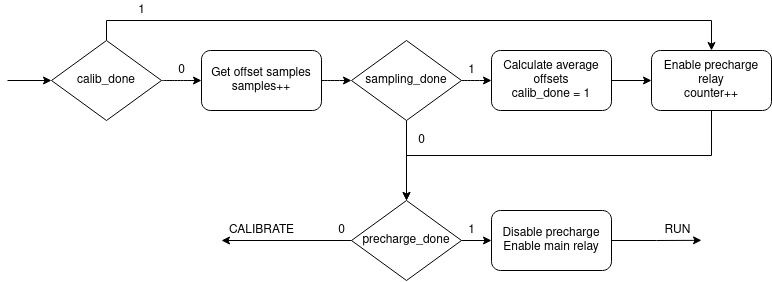
This is Overview/CalibrateFlow.png from SR-Madsen/ElectricGoKart, a draw.io export, as it was before one commit. Source tidied: cells renumbered, new cells last; positions are measured from the earlier drawing's top-left corner, leaving out a move shared by most shapes. Source of this version:
```xml
<mxGraphModel>
  <root>
    <mxCell id="0" />
    <mxCell id="1" parent="0" />
    <mxCell id="2" style="edgeStyle=orthogonalEdgeStyle;curved=1;jettySize=auto;html=1;startArrow=none;startFill=0;" parent="1" edge="1" source="4" target="6">
      <mxGeometry relative="1" as="geometry" />
    </mxCell>
    <mxCell id="3" style="edgeStyle=orthogonalEdgeStyle;rounded=0;jettySize=auto;html=1;exitX=0.5;exitY=0;exitDx=0;exitDy=0;entryX=0.5;entryY=0;entryDx=0;entryDy=0;startArrow=none;startFill=0;" parent="1" edge="1" source="4" target="18">
      <mxGeometry relative="1" as="geometry" />
    </mxCell>
    <mxCell id="4" value="calib_done" style="rhombus;whiteSpace=wrap;html=1;" parent="1" vertex="1">
      <mxGeometry x="44" y="40" width="110" height="80" as="geometry" />
    </mxCell>
    <mxCell id="5" style="edgeStyle=orthogonalEdgeStyle;curved=1;jettySize=auto;html=1;exitX=1;exitY=0.5;exitDx=0;exitDy=0;entryX=0;entryY=0.5;entryDx=0;entryDy=0;startArrow=none;startFill=0;" parent="1" edge="1" source="6" target="10">
      <mxGeometry relative="1" as="geometry" />
    </mxCell>
    <mxCell id="6" value="&lt;div&gt;Get offset samples&lt;/div&gt;&lt;div&gt;samples++&lt;br&gt;&lt;/div&gt;" style="rounded=1;whiteSpace=wrap;html=1;" parent="1" vertex="1">
      <mxGeometry x="194" y="50" width="120" height="60" as="geometry" />
    </mxCell>
    <mxCell id="7" value="0" style="text;html=1;align=center;verticalAlign=middle;strokeColor=none;" parent="1" vertex="1">
      <mxGeometry x="164" y="60" width="20" height="20" as="geometry" />
    </mxCell>
    <mxCell id="8" style="edgeStyle=orthogonalEdgeStyle;curved=1;jettySize=auto;html=1;exitX=1;exitY=0.5;exitDx=0;exitDy=0;entryX=0;entryY=0.5;entryDx=0;entryDy=0;startArrow=none;startFill=0;" parent="1" edge="1" source="10" target="12">
      <mxGeometry relative="1" as="geometry" />
    </mxCell>
    <mxCell id="9" style="edgeStyle=orthogonalEdgeStyle;rounded=0;jettySize=auto;html=1;exitX=0.5;exitY=1;exitDx=0;exitDy=0;entryX=0.5;entryY=0;entryDx=0;entryDy=0;startArrow=none;startFill=0;" parent="1" edge="1" source="10" target="16">
      <mxGeometry relative="1" as="geometry" />
    </mxCell>
    <mxCell id="10" value="sampling_done" style="rhombus;whiteSpace=wrap;html=1;" parent="1" vertex="1">
      <mxGeometry x="344" y="40" width="110" height="80" as="geometry" />
    </mxCell>
    <mxCell id="11" style="edgeStyle=orthogonalEdgeStyle;rounded=0;jettySize=auto;html=1;exitX=1;exitY=0.5;exitDx=0;exitDy=0;entryX=0;entryY=0.5;entryDx=0;entryDy=0;startArrow=none;startFill=0;" parent="1" edge="1" source="12" target="18">
      <mxGeometry relative="1" as="geometry" />
    </mxCell>
    <mxCell id="12" value="&lt;div&gt;Calculate average offsets&lt;/div&gt;&lt;div&gt;calib_done = 1&lt;br&gt;&lt;/div&gt;" style="rounded=1;whiteSpace=wrap;html=1;" parent="1" vertex="1">
      <mxGeometry x="484" y="50" width="120" height="60" as="geometry" />
    </mxCell>
    <mxCell id="13" value="1" style="text;html=1;align=center;verticalAlign=middle;strokeColor=none;" parent="1" vertex="1">
      <mxGeometry x="454" y="60" width="20" height="20" as="geometry" />
    </mxCell>
    <mxCell id="14" style="edgeStyle=orthogonalEdgeStyle;rounded=0;jettySize=auto;html=1;exitX=0;exitY=0.5;exitDx=0;exitDy=0;startArrow=none;startFill=0;" parent="1" edge="1" source="16">
      <mxGeometry relative="1" as="geometry">
        <mxPoint x="214" y="240" as="targetPoint" />
      </mxGeometry>
    </mxCell>
    <mxCell id="15" style="edgeStyle=orthogonalEdgeStyle;rounded=0;jettySize=auto;html=1;startArrow=none;startFill=0;" parent="1" edge="1" source="16" target="25">
      <mxGeometry relative="1" as="geometry" />
    </mxCell>
    <mxCell id="16" value="precharge_done" style="rhombus;whiteSpace=wrap;html=1;" parent="1" vertex="1">
      <mxGeometry x="344" y="200" width="110" height="80" as="geometry" />
    </mxCell>
    <mxCell id="17" style="edgeStyle=orthogonalEdgeStyle;rounded=0;jettySize=auto;html=1;exitX=0.5;exitY=1;exitDx=0;exitDy=0;entryX=0.5;entryY=0;entryDx=0;entryDy=0;startArrow=none;startFill=0;" parent="1" edge="1" source="18" target="16">
      <mxGeometry relative="1" as="geometry" />
    </mxCell>
    <mxCell id="18" value="&lt;div&gt;Enable precharge relay&lt;/div&gt;counter++" style="rounded=1;whiteSpace=wrap;html=1;" parent="1" vertex="1">
      <mxGeometry x="644" y="50" width="120" height="60" as="geometry" />
    </mxCell>
    <mxCell id="19" value="1" style="text;html=1;align=center;verticalAlign=middle;strokeColor=none;" parent="1" vertex="1">
      <mxGeometry x="124" width="20" height="20" as="geometry" />
    </mxCell>
    <mxCell id="20" value="0" style="text;html=1;align=center;verticalAlign=middle;strokeColor=none;" parent="1" vertex="1">
      <mxGeometry x="404" y="130" width="20" height="20" as="geometry" />
    </mxCell>
    <mxCell id="21" value="CALIBRATE" style="text;html=1;align=center;verticalAlign=middle;strokeColor=none;" parent="1" vertex="1">
      <mxGeometry x="214" y="220" width="80" height="20" as="geometry" />
    </mxCell>
    <mxCell id="22" value="0" style="text;html=1;align=center;verticalAlign=middle;strokeColor=none;" parent="1" vertex="1">
      <mxGeometry x="324" y="220" width="20" height="20" as="geometry" />
    </mxCell>
    <mxCell id="23" value="1" style="text;html=1;align=center;verticalAlign=middle;strokeColor=none;" parent="1" vertex="1">
      <mxGeometry x="454" y="220" width="20" height="20" as="geometry" />
    </mxCell>
    <mxCell id="24" style="edgeStyle=orthogonalEdgeStyle;rounded=0;jettySize=auto;html=1;exitX=1;exitY=0.5;exitDx=0;exitDy=0;startArrow=none;startFill=0;" parent="1" edge="1" source="25">
      <mxGeometry relative="1" as="geometry">
        <mxPoint x="694" y="239.8" as="targetPoint" />
      </mxGeometry>
    </mxCell>
    <mxCell id="25" value="&lt;div&gt;Disable precharge&lt;br&gt;&lt;/div&gt;&lt;div&gt;Enable main relay&lt;/div&gt;" style="rounded=1;whiteSpace=wrap;html=1;" parent="1" vertex="1">
      <mxGeometry x="484" y="210" width="120" height="60" as="geometry" />
    </mxCell>
    <mxCell id="26" value="RUN" style="text;html=1;align=center;verticalAlign=middle;strokeColor=none;" parent="1" vertex="1">
      <mxGeometry x="650" y="220" width="40" height="20" as="geometry" />
    </mxCell>
    <mxCell id="27" style="endArrow=classic;html=1;" parent="1" edge="1">
      <mxGeometry relative="1" as="geometry">
        <mxPoint y="80" as="sourcePoint" />
        <mxPoint x="44" y="80" as="targetPoint" />
      </mxGeometry>
    </mxCell>
  </root>
</mxGraphModel>
```
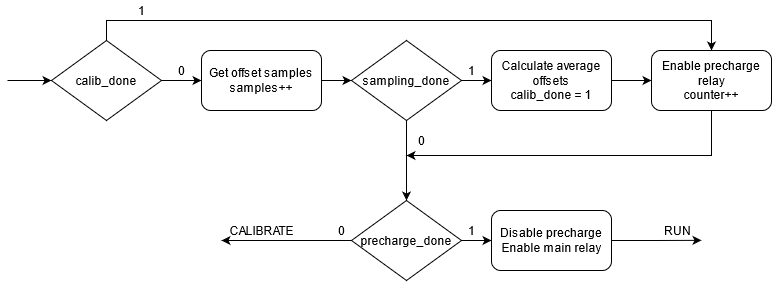
After the commit.

The edit, as a diff of the source:
```diff
@@ -49,8 +49,13 @@
     <mxCell id="16" value="precharge_done" style="rhombus;whiteSpace=wrap;html=1;" parent="1" vertex="1">
       <mxGeometry x="344" y="200" width="110" height="80" as="geometry" />
     </mxCell>
-    <mxCell id="17" style="edgeStyle=orthogonalEdgeStyle;rounded=0;jettySize=auto;html=1;exitX=0.5;exitY=1;exitDx=0;exitDy=0;entryX=0.5;entryY=0;entryDx=0;entryDy=0;startArrow=none;startFill=0;" parent="1" edge="1" source="18" target="16">
-      <mxGeometry relative="1" as="geometry" />
+    <mxCell id="17" style="edgeStyle=orthogonalEdgeStyle;rounded=0;jettySize=auto;html=1;exitX=0.5;exitY=1;exitDx=0;exitDy=0;startArrow=none;startFill=0;" parent="1" edge="1" source="18">
+      <mxGeometry relative="1" as="geometry">
+        <mxPoint x="399" y="155" as="targetPoint" />
+        <Array as="points">
+          <mxPoint x="704" y="155" />
+        </Array>
+      </mxGeometry>
     </mxCell>
     <mxCell id="18" value="&lt;div&gt;Enable precharge relay&lt;/div&gt;counter++" style="rounded=1;whiteSpace=wrap;html=1;" parent="1" vertex="1">
       <mxGeometry x="644" y="50" width="120" height="60" as="geometry" />
```
